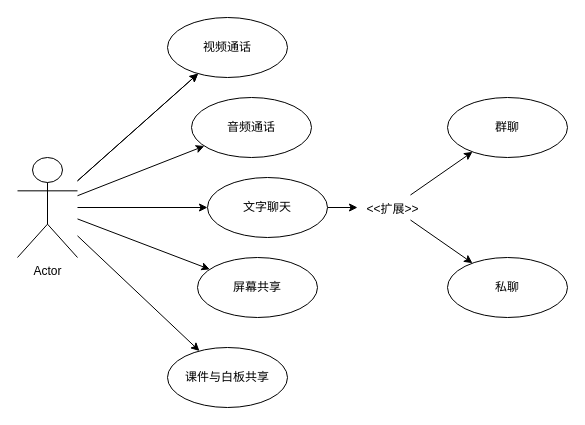
This is drawio/主持人用例图.drawio from jhongxu/image-hosting, a draw.io file, before an edit. Source tidied: cells renumbered, new cells numbered last; positions are measured from the earlier drawing's top-left corner, leaving out a move shared by most shapes. Both pictures are drawn from the tidied source at 100%, with x=0, y=0 at pixel (17, 17).
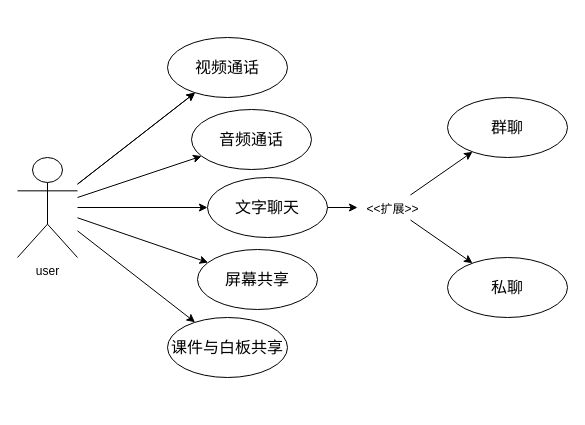
Above is the later version.

Commit message:
更新主持人用例图.drawio

Diff of the diagram source:
```diff
@@
 <mxGraphModel>
   <root>
     <mxCell id="0" />
     <mxCell id="1" parent="0" />
     <mxCell id="2" style="rounded=0;jettySize=auto;html=1;" parent="1" edge="1" source="8" target="9">
       <mxGeometry relative="1" as="geometry" />
     </mxCell>
     <mxCell id="3" style="edgeStyle=none;rounded=0;jettySize=auto;html=1;" parent="1" edge="1" source="8" target="9">
       <mxGeometry relative="1" as="geometry" />
     </mxCell>
     <mxCell id="4" style="edgeStyle=none;rounded=0;jettySize=auto;html=1;" parent="1" edge="1" source="8" target="10">
       <mxGeometry relative="1" as="geometry" />
     </mxCell>
     <mxCell id="5" style="edgeStyle=none;rounded=0;jettySize=auto;html=1;" parent="1" edge="1" source="8" target="12">
       <mxGeometry relative="1" as="geometry" />
     </mxCell>
     <mxCell id="6" style="edgeStyle=none;rounded=0;jettySize=auto;html=1;" parent="1" edge="1" source="8" target="18">
       <mxGeometry relative="1" as="geometry" />
     </mxCell>
     <mxCell id="7" style="edgeStyle=none;rounded=0;jettySize=auto;html=1;" parent="1" edge="1" source="8" target="19">
       <mxGeometry relative="1" as="geometry" />
     </mxCell>
-    <mxCell id="8" value="Actor" style="shape=umlActor;verticalLabelPosition=bottom;verticalAlign=top;html=1;outlineConnect=0;" parent="1" vertex="1">
+    <mxCell id="8" value="user" style="shape=umlActor;verticalLabelPosition=bottom;verticalAlign=top;html=1;outlineConnect=0;" parent="1" vertex="1">
       <mxGeometry y="140" width="60" height="100" as="geometry" />
     </mxCell>
-    <mxCell id="9" value="视频通话" style="ellipse;whiteSpace=wrap;html=1;verticalAlign=middle;align=center;" parent="1" vertex="1">
-      <mxGeometry x="150" width="120" height="60" as="geometry" />
+    <mxCell id="9" value="视频通话" style="ellipse;whiteSpace=wrap;html=1;verticalAlign=middle;align=center;fontSize=16;" parent="1" vertex="1">
+      <mxGeometry x="150" y="20" width="120" height="60" as="geometry" />
     </mxCell>
-    <mxCell id="10" value="音频通话" style="ellipse;whiteSpace=wrap;html=1;verticalAlign=middle;" parent="1" vertex="1">
-      <mxGeometry x="174" y="80" width="120" height="60" as="geometry" />
+    <mxCell id="10" value="音频通话" style="ellipse;whiteSpace=wrap;html=1;verticalAlign=middle;fontSize=16;" parent="1" vertex="1">
+      <mxGeometry x="174" y="92" width="120" height="60" as="geometry" />
     </mxCell>
     <mxCell id="11" style="edgeStyle=none;rounded=0;jettySize=auto;html=1;" parent="1" edge="1" source="12" target="15">
       <mxGeometry relative="1" as="geometry" />
     </mxCell>
-    <mxCell id="12" value="文字聊天" style="ellipse;whiteSpace=wrap;html=1;verticalAlign=middle;" parent="1" vertex="1">
+    <mxCell id="12" value="文字聊天" style="ellipse;whiteSpace=wrap;html=1;verticalAlign=middle;fontSize=16;" parent="1" vertex="1">
       <mxGeometry x="190" y="160" width="120" height="60" as="geometry" />
     </mxCell>
     <mxCell id="13" style="edgeStyle=none;rounded=0;jettySize=auto;html=1;" parent="1" edge="1" source="15" target="16">
       <mxGeometry relative="1" as="geometry" />
     </mxCell>
     <mxCell id="14" style="edgeStyle=none;rounded=0;jettySize=auto;html=1;" parent="1" edge="1" source="15" target="17">
       <mxGeometry relative="1" as="geometry" />
     </mxCell>
     <mxCell id="15" value="&amp;lt;&amp;lt;扩展&amp;gt;&amp;gt;" style="text;html=1;align=center;" parent="1" vertex="1">
       <mxGeometry x="340" y="177.5" width="70" height="25" as="geometry" />
     </mxCell>
-    <mxCell id="16" value="群聊" style="ellipse;whiteSpace=wrap;html=1;" parent="1" vertex="1">
+    <mxCell id="16" value="群聊" style="ellipse;whiteSpace=wrap;html=1;fontSize=16;" parent="1" vertex="1">
       <mxGeometry x="430" y="80" width="120" height="60" as="geometry" />
     </mxCell>
-    <mxCell id="17" value="私聊" style="ellipse;whiteSpace=wrap;html=1;" parent="1" vertex="1">
+    <mxCell id="17" value="私聊" style="ellipse;whiteSpace=wrap;html=1;fontSize=16;" parent="1" vertex="1">
       <mxGeometry x="430" y="240" width="120" height="60" as="geometry" />
     </mxCell>
-    <mxCell id="18" value="屏幕共享" style="ellipse;whiteSpace=wrap;html=1;verticalAlign=middle;" parent="1" vertex="1">
-      <mxGeometry x="180" y="240" width="120" height="60" as="geometry" />
+    <mxCell id="18" value="屏幕共享" style="ellipse;whiteSpace=wrap;html=1;verticalAlign=middle;fontSize=16;" parent="1" vertex="1">
+      <mxGeometry x="180" y="232" width="120" height="60" as="geometry" />
     </mxCell>
-    <mxCell id="19" value="课件与白板共享" style="ellipse;whiteSpace=wrap;html=1;verticalAlign=middle;" parent="1" vertex="1">
-      <mxGeometry x="150" y="330" width="120" height="60" as="geometry" />
+    <mxCell id="19" value="课件与白板共享" style="ellipse;whiteSpace=wrap;html=1;verticalAlign=middle;fontSize=16;" parent="1" vertex="1">
+      <mxGeometry x="150" y="300" width="120" height="60" as="geometry" />
     </mxCell>
   </root>
 </mxGraphModel>
```
